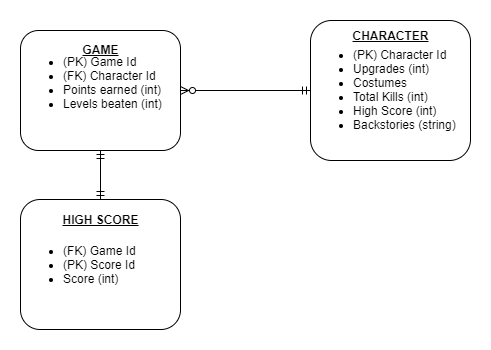
This is docs/erd.png from Rlong1218/endless-evil, a draw.io export, as it was before one commit. Source tidied: cells renumbered, new cells last; positions are measured from the earlier drawing's top-left corner, leaving out a move shared by most shapes.
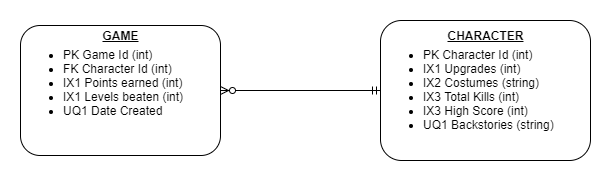
After the commit.

Commit message:
Updated Wireframe and ERD

What changed in the source:
```diff
@@ -2,31 +2,20 @@
   <root>
     <mxCell id="0" />
     <mxCell id="1" parent="0" />
-    <mxCell id="2" value="&lt;ul&gt;&lt;li&gt;(PK) Game Id&lt;/li&gt;&lt;li&gt;(FK) Character Id&lt;/li&gt;&lt;li&gt;&lt;span&gt;Points earned (int)&lt;/span&gt;&lt;/li&gt;&lt;li&gt;Levels beaten (int)&lt;/li&gt;&lt;/ul&gt;&lt;span&gt;&lt;br&gt;&lt;/span&gt;" style="rounded=1;whiteSpace=wrap;html=1;align=left;" parent="1" vertex="1">
-      <mxGeometry y="10" width="160" height="120" as="geometry" />
+    <mxCell id="2" value="&lt;ul&gt;&lt;li&gt;PK Game Id (int)&lt;/li&gt;&lt;li&gt;FK Character Id (int)&lt;/li&gt;&lt;li&gt;&lt;span&gt;IX1 Points earned (int)&lt;/span&gt;&lt;/li&gt;&lt;li&gt;IX1 Levels beaten (int)&lt;/li&gt;&lt;li&gt;UQ1 Date Created&lt;/li&gt;&lt;/ul&gt;&lt;span&gt;&lt;br&gt;&lt;/span&gt;" style="rounded=1;whiteSpace=wrap;html=1;align=left;" parent="1" vertex="1">
+      <mxGeometry x="-70" y="5" width="200" height="130" as="geometry" />
     </mxCell>
-    <mxCell id="3" value="&lt;ul&gt;&lt;li&gt;(PK) Character Id&lt;/li&gt;&lt;li&gt;&lt;span&gt;Upgrades (int)&lt;/span&gt;&lt;/li&gt;&lt;li&gt;Costumes&amp;nbsp;&lt;/li&gt;&lt;li&gt;Total Kills (int)&lt;/li&gt;&lt;li&gt;High Score (int)&lt;/li&gt;&lt;li&gt;Backstories (string)&lt;/li&gt;&lt;/ul&gt;" style="rounded=1;whiteSpace=wrap;html=1;align=left;" parent="1" vertex="1">
-      <mxGeometry x="290" width="160" height="140" as="geometry" />
+    <mxCell id="3" value="&lt;ul&gt;&lt;li&gt;PK Character Id (int)&lt;/li&gt;&lt;li&gt;&lt;span&gt;IX1 Upgrades (int)&lt;/span&gt;&lt;/li&gt;&lt;li&gt;IX2 Costumes (string)&lt;/li&gt;&lt;li&gt;IX3 Total Kills (int)&lt;/li&gt;&lt;li&gt;IX3 High Score (int)&lt;/li&gt;&lt;li&gt;UQ1 Backstories (string)&lt;/li&gt;&lt;/ul&gt;" style="rounded=1;whiteSpace=wrap;html=1;align=left;" parent="1" vertex="1">
+      <mxGeometry x="290" width="210" height="140" as="geometry" />
     </mxCell>
     <mxCell id="4" value="GAME" style="text;html=1;strokeColor=none;fillColor=none;align=center;verticalAlign=middle;whiteSpace=wrap;rounded=0;fontStyle=5;" parent="1" vertex="1">
-      <mxGeometry x="60" y="19" width="40" height="20" as="geometry" />
+      <mxGeometry x="10" y="5" width="40" height="20" as="geometry" />
     </mxCell>
-    <mxCell id="5" style="endArrow=ERmandOne;html=1;exitX=0.5;exitY=0;exitDx=0;exitDy=0;entryX=0.5;entryY=1;entryDx=0;entryDy=0;startArrow=ERmandOne;startFill=0;endFill=0;" parent="1" edge="1" target="2">
-      <mxGeometry relative="1" as="geometry">
-        <mxPoint x="80" y="179" as="sourcePoint" />
-      </mxGeometry>
-    </mxCell>
     <mxCell id="6" style="endArrow=ERmandOne;html=1;exitX=1;exitY=0.5;exitDx=0;exitDy=0;entryX=0;entryY=0.5;entryDx=0;entryDy=0;startArrow=ERzeroToMany;startFill=1;endFill=0;" parent="1" edge="1" source="2" target="3">
       <mxGeometry relative="1" as="geometry" />
     </mxCell>
     <mxCell id="7" value="CHARACTER" style="text;html=1;strokeColor=none;fillColor=none;align=center;verticalAlign=middle;whiteSpace=wrap;rounded=0;fontStyle=5;" parent="1" vertex="1">
-      <mxGeometry x="325" width="90" height="30" as="geometry" />
+      <mxGeometry x="350" width="90" height="30" as="geometry" />
     </mxCell>
-    <mxCell id="8" value="&lt;ul&gt;&lt;li&gt;(FK) Game Id&lt;/li&gt;&lt;li&gt;(PK) Score Id&lt;/li&gt;&lt;li&gt;Score (int)&lt;/li&gt;&lt;/ul&gt;" style="rounded=1;whiteSpace=wrap;html=1;align=left;" parent="1" vertex="1">
-      <mxGeometry y="179" width="160" height="130" as="geometry" />
-    </mxCell>
-    <mxCell id="9" value="HIGH SCORE" style="text;html=1;strokeColor=none;fillColor=none;align=center;verticalAlign=middle;whiteSpace=wrap;rounded=0;fontStyle=5;" parent="1" vertex="1">
-      <mxGeometry x="35" y="189" width="90" height="20" as="geometry" />
-    </mxCell>
   </root>
 </mxGraphModel>
```
